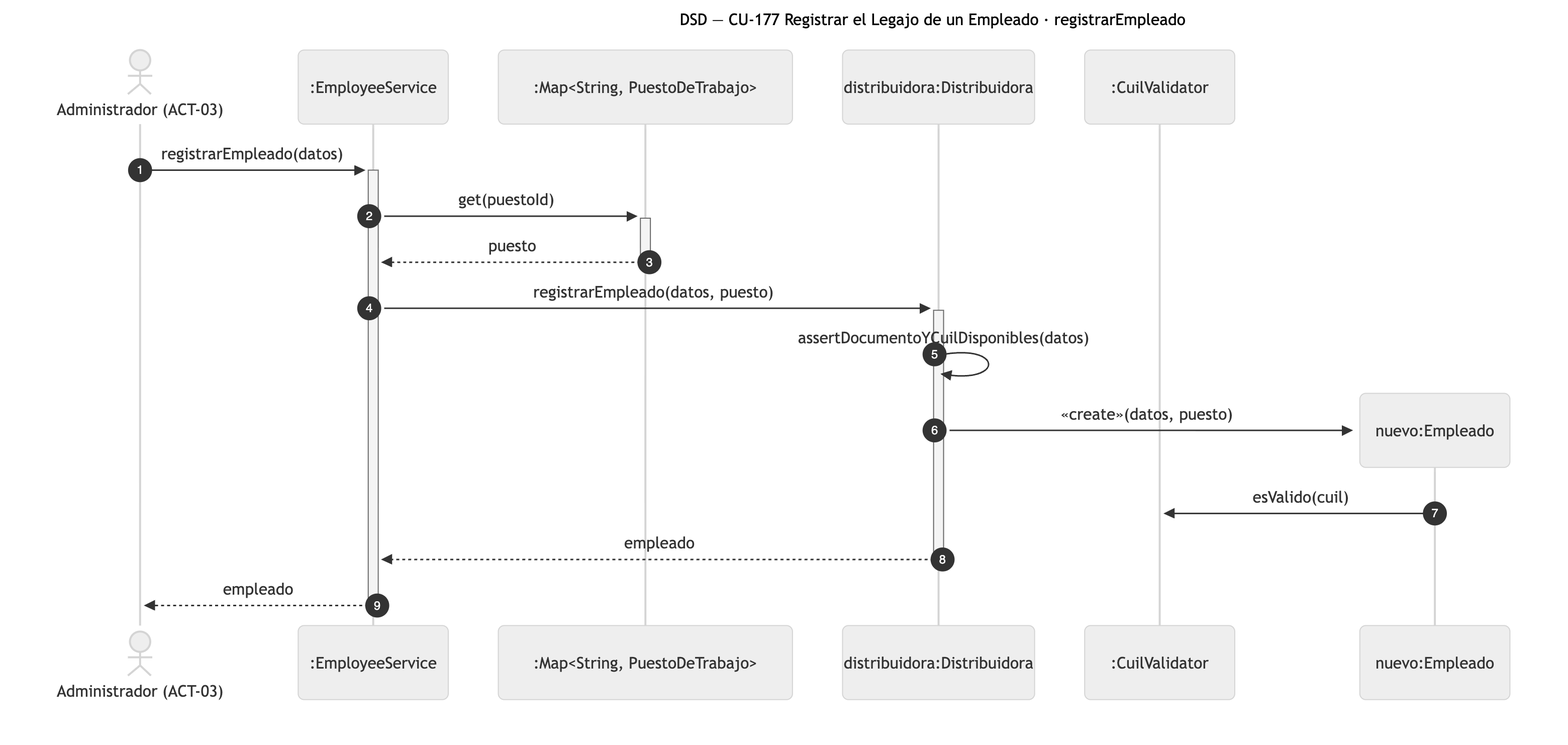
Earlier version of the Mermaid export diagramas/png/DSD_CU-177_registrarEmpleado.png (Nahuelito-Dev/splg-docs). Its source is kept beside it as diagramas/DSD_CU-177_registrarEmpleado.mmd. Its diagram source:
```mermaid
sequenceDiagram
    title DSD — CU-177 Registrar el Legajo de un Empleado · registrarEmpleado
    autonumber
    actor ADM as Administrador (ACT-03)
    participant SRV as :EmployeeService
    participant COP as :Map#lt;String, PuestoDeTrabajo#gt;
    participant DIS as distribuidora:Distribuidora
    participant CUI as :CuilValidator

    ADM->>+SRV: registrarEmpleado(datos)
    SRV->>+COP: get(puestoId)
    COP-->>-SRV: puesto
    SRV->>+DIS: registrarEmpleado(datos, puesto)
    DIS->>DIS: assertDocumentoYCuilDisponibles(datos)
    create participant EMP as nuevo:Empleado
    DIS->>EMP: «create»(datos, puesto)
    EMP->>CUI: esValido(cuil)
    DIS-->>-SRV: empleado
    SRV-->>-ADM: empleado
```
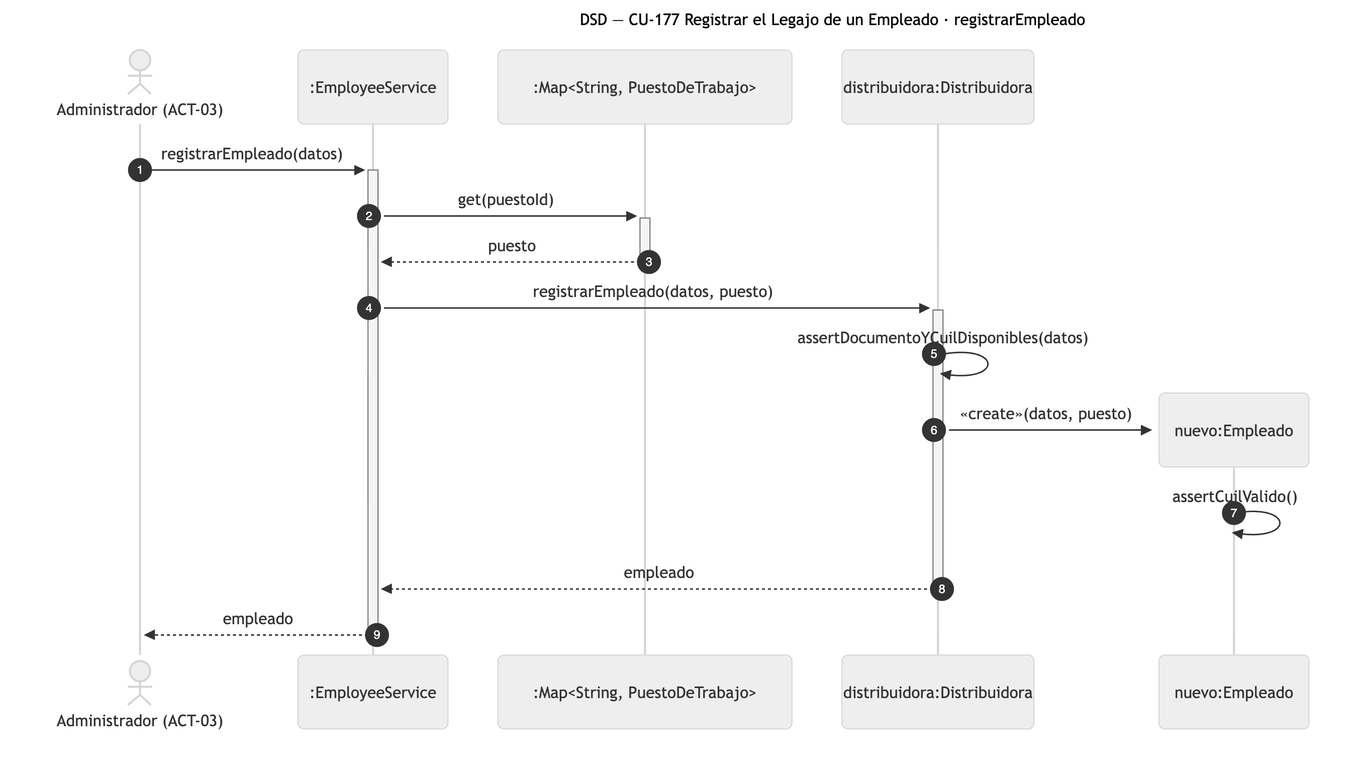
After the commit.

Diff of the diagram source:
```diff
@@ -5,7 +5,6 @@
     participant SRV as :EmployeeService
     participant COP as :Map#lt;String, PuestoDeTrabajo#gt;
     participant DIS as distribuidora:Distribuidora
-    participant CUI as :CuilValidator
 
     ADM->>+SRV: registrarEmpleado(datos)
     SRV->>+COP: get(puestoId)
@@ -14,6 +13,6 @@
     DIS->>DIS: assertDocumentoYCuilDisponibles(datos)
     create participant EMP as nuevo:Empleado
     DIS->>EMP: «create»(datos, puesto)
-    EMP->>CUI: esValido(cuil)
+    EMP->>EMP: assertCuilValido()
     DIS-->>-SRV: empleado
     SRV-->>-ADM: empleado
```
